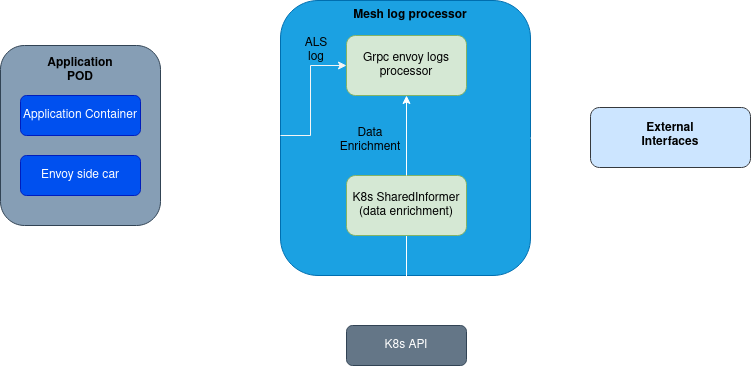
The draw.io diagram doc/mesh-logs-processing.png in arempter/service-mesh-api-discovery, before a commit. Source tidied: cells renumbered, new cells last; positions are measured from the earlier drawing's top-left corner, leaving out a move shared by most shapes. Its diagram source:
```xml
<mxGraphModel background="#030303">
  <root>
    <mxCell id="0" />
    <mxCell id="1" parent="0" />
    <mxCell id="2" style="rounded=1;whiteSpace=wrap;html=1;fillColor=#1ba1e2;strokeColor=#006EAF;fontColor=#ffffff;" parent="1" vertex="1">
      <mxGeometry x="280" width="250" height="275" as="geometry" />
    </mxCell>
    <mxCell id="3" style="edgeStyle=orthogonalEdgeStyle;rounded=0;jettySize=auto;html=1;strokeColor=#FFFFFF;" parent="1" edge="1" source="4">
      <mxGeometry relative="1" as="geometry">
        <mxPoint x="280" y="135" as="targetPoint" />
      </mxGeometry>
    </mxCell>
    <mxCell id="4" style="rounded=1;whiteSpace=wrap;html=1;fillColor=#869EB5;strokeColor=#314354;fontColor=#ffffff;" parent="1" vertex="1">
      <mxGeometry y="45" width="160" height="180" as="geometry" />
    </mxCell>
    <mxCell id="5" value="Envoy side car" style="rounded=1;whiteSpace=wrap;html=1;fillColor=#0050ef;strokeColor=#001DBC;fontColor=#ffffff;" parent="1" vertex="1">
      <mxGeometry x="20" y="155" width="120" height="40" as="geometry" />
    </mxCell>
    <mxCell id="6" value="Application Container" style="rounded=1;whiteSpace=wrap;html=1;fillColor=#0050ef;strokeColor=#001DBC;fontColor=#ffffff;" parent="1" vertex="1">
      <mxGeometry x="20" y="95" width="120" height="40" as="geometry" />
    </mxCell>
    <mxCell id="7" value="Grpc envoy logs processor" style="rounded=1;whiteSpace=wrap;html=1;fillColor=#d5e8d4;strokeColor=#82b366;" parent="1" vertex="1">
      <mxGeometry x="346" y="35" width="120" height="60" as="geometry" />
    </mxCell>
    <mxCell id="8" style="edgeStyle=orthogonalEdgeStyle;rounded=0;jettySize=auto;html=1;entryX=0.5;entryY=0;entryDx=0;entryDy=0;strokeColor=#FFFFFF;" parent="1" edge="1" source="9" target="18">
      <mxGeometry relative="1" as="geometry" />
    </mxCell>
    <mxCell id="9" value="&lt;div&gt;K8s SharedInformer&lt;/div&gt;&lt;div&gt;(data enrichment)&lt;br&gt;&lt;/div&gt;" style="rounded=1;whiteSpace=wrap;html=1;fillColor=#d5e8d4;strokeColor=#82b366;" parent="1" vertex="1">
      <mxGeometry x="346" y="175" width="120" height="60" as="geometry" />
    </mxCell>
    <mxCell id="10" style="endArrow=classic;html=1;rounded=0;entryX=0;entryY=0.5;entryDx=0;entryDy=0;strokeColor=#F5F5F5;" parent="1" edge="1" target="7">
      <mxGeometry relative="1" as="geometry">
        <mxPoint x="280" y="135" as="sourcePoint" />
        <Array as="points">
          <mxPoint x="310" y="135" />
          <mxPoint x="310" y="65" />
        </Array>
      </mxGeometry>
    </mxCell>
    <mxCell id="11" style="endArrow=classic;html=1;rounded=0;exitX=0.5;exitY=0;exitDx=0;exitDy=0;entryX=0.5;entryY=1;entryDx=0;entryDy=0;strokeColor=#FFFFFF;" parent="1" edge="1" source="9" target="7">
      <mxGeometry relative="1" as="geometry" />
    </mxCell>
    <mxCell id="12" style="rounded=1;whiteSpace=wrap;html=1;fillColor=#cce5ff;strokeColor=#36393d;" parent="1" vertex="1">
      <mxGeometry x="590" y="107" width="160" height="60" as="geometry" />
    </mxCell>
    <mxCell id="13" value="External Interfaces" style="text;html=1;strokeColor=none;fillColor=none;align=center;verticalAlign=middle;whiteSpace=wrap;rounded=0;fontStyle=1;" parent="1" vertex="1">
      <mxGeometry x="640" y="120" width="60" height="30" as="geometry" />
    </mxCell>
    <mxCell id="14" value="Application POD" style="text;html=1;strokeColor=none;fillColor=none;align=center;verticalAlign=middle;whiteSpace=wrap;rounded=0;fontStyle=1;" parent="1" vertex="1">
      <mxGeometry x="50" y="55" width="60" height="30" as="geometry" />
    </mxCell>
    <mxCell id="15" value="&lt;div&gt;ALS &lt;br&gt;&lt;/div&gt;&lt;div&gt;log&lt;br&gt;&lt;/div&gt;" style="text;html=1;strokeColor=none;fillColor=none;align=center;verticalAlign=middle;whiteSpace=wrap;rounded=0;" parent="1" vertex="1">
      <mxGeometry x="286" y="35" width="60" height="30" as="geometry" />
    </mxCell>
    <mxCell id="16" value="Data Enrichment" style="text;html=1;strokeColor=none;fillColor=none;align=center;verticalAlign=middle;whiteSpace=wrap;rounded=0;" parent="1" vertex="1">
      <mxGeometry x="340" y="125" width="60" height="30" as="geometry" />
    </mxCell>
    <mxCell id="17" style="edgeStyle=orthogonalEdgeStyle;rounded=0;orthogonalLoop=1;jettySize=auto;html=1;exitX=0.5;exitY=1;exitDx=0;exitDy=0;" parent="1" edge="1" source="16" target="16">
      <mxGeometry relative="1" as="geometry" />
    </mxCell>
    <mxCell id="18" value="&lt;div&gt;K8s API&lt;/div&gt;" style="rounded=1;whiteSpace=wrap;html=1;fillColor=#647687;fontColor=#ffffff;strokeColor=#314354;" parent="1" vertex="1">
      <mxGeometry x="346" y="325" width="120" height="40" as="geometry" />
    </mxCell>
    <mxCell id="19" style="edgeStyle=orthogonalEdgeStyle;rounded=0;jettySize=auto;html=1;exitX=1;exitY=0.5;exitDx=0;exitDy=0;entryX=-0.027;entryY=0.517;entryDx=0;entryDy=0;entryPerimeter=0;strokeColor=#FFFFFF;" parent="1" edge="1" source="2" target="12">
      <mxGeometry relative="1" as="geometry" />
    </mxCell>
    <mxCell id="20" style="edgeStyle=orthogonalEdgeStyle;rounded=0;orthogonalLoop=1;jettySize=auto;html=1;exitX=0.5;exitY=1;exitDx=0;exitDy=0;" parent="1" edge="1" source="4" target="4">
      <mxGeometry relative="1" as="geometry" />
    </mxCell>
    <mxCell id="21" value="Mesh log processor" style="text;html=1;strokeColor=none;fillColor=none;align=center;verticalAlign=middle;whiteSpace=wrap;rounded=0;fontStyle=1;" parent="1" vertex="1">
      <mxGeometry x="350" width="120" height="30" as="geometry" />
    </mxCell>
  </root>
</mxGraphModel>
```
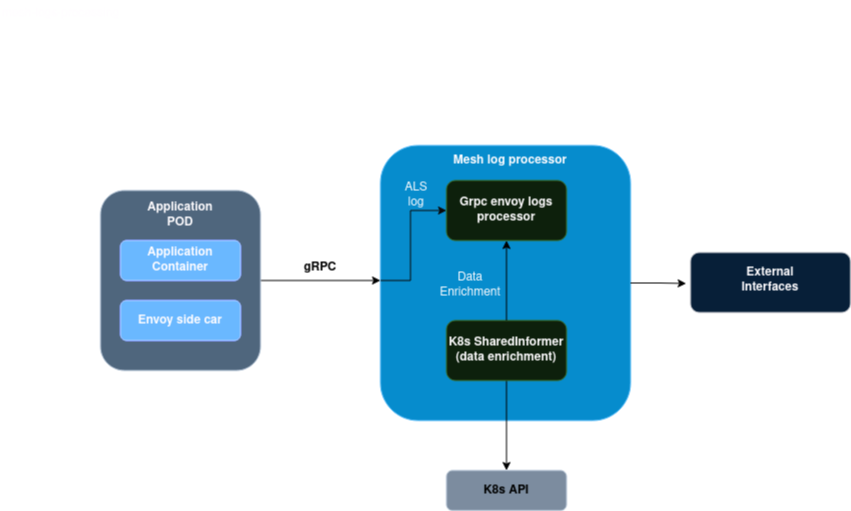
After the change.

Diff of the diagram source:
```diff
@@ -5,7 +5,7 @@
     <mxCell id="2" style="rounded=1;whiteSpace=wrap;html=1;fillColor=#1ba1e2;strokeColor=#006EAF;fontColor=#ffffff;" parent="1" vertex="1">
       <mxGeometry x="280" width="250" height="275" as="geometry" />
     </mxCell>
-    <mxCell id="3" style="edgeStyle=orthogonalEdgeStyle;rounded=0;jettySize=auto;html=1;strokeColor=#FFFFFF;" parent="1" edge="1" source="4">
+    <mxCell id="3" style="edgeStyle=orthogonalEdgeStyle;rounded=0;jettySize=auto;html=1;strokeColor=#FFFFFF;shadow=0;" parent="1" edge="1" source="4">
       <mxGeometry relative="1" as="geometry">
         <mxPoint x="280" y="135" as="targetPoint" />
       </mxGeometry>
@@ -13,19 +13,19 @@
     <mxCell id="4" style="rounded=1;whiteSpace=wrap;html=1;fillColor=#869EB5;strokeColor=#314354;fontColor=#ffffff;" parent="1" vertex="1">
       <mxGeometry y="45" width="160" height="180" as="geometry" />
     </mxCell>
-    <mxCell id="5" value="Envoy side car" style="rounded=1;whiteSpace=wrap;html=1;fillColor=#0050ef;strokeColor=#001DBC;fontColor=#ffffff;" parent="1" vertex="1">
+    <mxCell id="5" value="Envoy side car" style="rounded=1;whiteSpace=wrap;html=1;fillColor=#0050ef;strokeColor=#001DBC;fontColor=#000000;fontStyle=1;" parent="1" vertex="1">
       <mxGeometry x="20" y="155" width="120" height="40" as="geometry" />
     </mxCell>
-    <mxCell id="6" value="Application Container" style="rounded=1;whiteSpace=wrap;html=1;fillColor=#0050ef;strokeColor=#001DBC;fontColor=#ffffff;" parent="1" vertex="1">
+    <mxCell id="6" value="Application Container" style="rounded=1;whiteSpace=wrap;html=1;fillColor=#0050ef;strokeColor=#001DBC;fontColor=#000000;fontStyle=1;" parent="1" vertex="1">
       <mxGeometry x="20" y="95" width="120" height="40" as="geometry" />
     </mxCell>
-    <mxCell id="7" value="Grpc envoy logs processor" style="rounded=1;whiteSpace=wrap;html=1;fillColor=#d5e8d4;strokeColor=#82b366;" parent="1" vertex="1">
+    <mxCell id="7" value="Grpc envoy logs processor" style="rounded=1;whiteSpace=wrap;html=1;fillColor=#d5e8d4;strokeColor=#82b366;fontStyle=1;" parent="1" vertex="1">
       <mxGeometry x="346" y="35" width="120" height="60" as="geometry" />
     </mxCell>
     <mxCell id="8" style="edgeStyle=orthogonalEdgeStyle;rounded=0;jettySize=auto;html=1;entryX=0.5;entryY=0;entryDx=0;entryDy=0;strokeColor=#FFFFFF;" parent="1" edge="1" source="9" target="18">
       <mxGeometry relative="1" as="geometry" />
     </mxCell>
-    <mxCell id="9" value="&lt;div&gt;K8s SharedInformer&lt;/div&gt;&lt;div&gt;(data enrichment)&lt;br&gt;&lt;/div&gt;" style="rounded=1;whiteSpace=wrap;html=1;fillColor=#d5e8d4;strokeColor=#82b366;" parent="1" vertex="1">
+    <mxCell id="9" value="&lt;div&gt;K8s SharedInformer&lt;/div&gt;&lt;div&gt;(data enrichment)&lt;br&gt;&lt;/div&gt;" style="rounded=1;whiteSpace=wrap;html=1;fillColor=#d5e8d4;strokeColor=#82b366;fontStyle=1;" parent="1" vertex="1">
       <mxGeometry x="346" y="175" width="120" height="60" as="geometry" />
     </mxCell>
     <mxCell id="10" style="endArrow=classic;html=1;rounded=0;entryX=0;entryY=0.5;entryDx=0;entryDy=0;strokeColor=#F5F5F5;" parent="1" edge="1" target="7">
@@ -58,7 +58,7 @@
     <mxCell id="17" style="edgeStyle=orthogonalEdgeStyle;rounded=0;orthogonalLoop=1;jettySize=auto;html=1;exitX=0.5;exitY=1;exitDx=0;exitDy=0;" parent="1" edge="1" source="16" target="16">
       <mxGeometry relative="1" as="geometry" />
     </mxCell>
-    <mxCell id="18" value="&lt;div&gt;K8s API&lt;/div&gt;" style="rounded=1;whiteSpace=wrap;html=1;fillColor=#647687;fontColor=#ffffff;strokeColor=#314354;" parent="1" vertex="1">
+    <mxCell id="18" value="&lt;div&gt;K8s API&lt;/div&gt;" style="rounded=1;whiteSpace=wrap;html=1;fillColor=#647687;fontColor=#ffffff;strokeColor=#314354;fontStyle=1;" parent="1" vertex="1">
       <mxGeometry x="346" y="325" width="120" height="40" as="geometry" />
     </mxCell>
     <mxCell id="19" style="edgeStyle=orthogonalEdgeStyle;rounded=0;jettySize=auto;html=1;exitX=1;exitY=0.5;exitDx=0;exitDy=0;entryX=-0.027;entryY=0.517;entryDx=0;entryDy=0;entryPerimeter=0;strokeColor=#FFFFFF;" parent="1" edge="1" source="2" target="12">
@@ -70,5 +70,11 @@
     <mxCell id="21" value="Mesh log processor" style="text;html=1;strokeColor=none;fillColor=none;align=center;verticalAlign=middle;whiteSpace=wrap;rounded=0;fontStyle=1;" parent="1" vertex="1">
       <mxGeometry x="350" width="120" height="30" as="geometry" />
     </mxCell>
+    <mxCell id="22" value="mesh-logs-processing" style="text;whiteSpace=wrap;" parent="1" vertex="1">
+      <mxGeometry x="-100" y="-145" width="150" height="40" as="geometry" />
+    </mxCell>
+    <mxCell id="23" value="&lt;div&gt;gRPC&lt;/div&gt;&lt;div&gt;&lt;br&gt;&lt;/div&gt;" style="text;html=1;strokeColor=none;fillColor=none;align=center;verticalAlign=middle;whiteSpace=wrap;rounded=0;fontColor=#FFFFFF;fontStyle=1;" parent="1" vertex="1">
+      <mxGeometry x="190" y="115" width="60" height="30" as="geometry" />
+    </mxCell>
   </root>
 </mxGraphModel>
```
